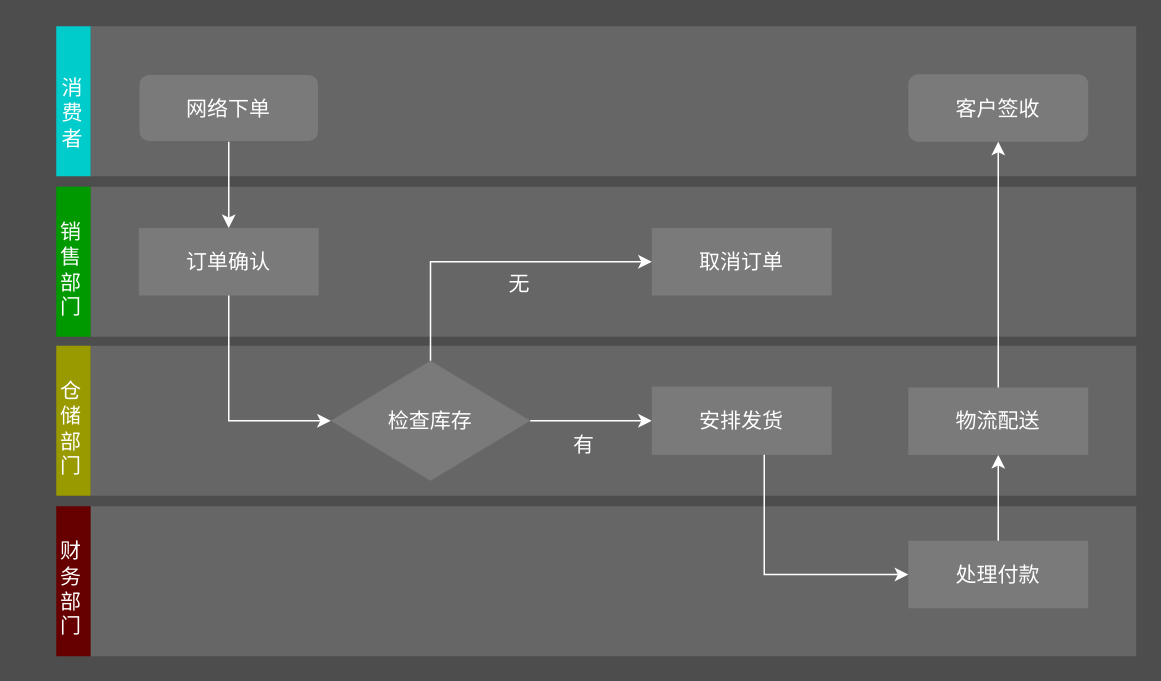
The draw.io diagram 购物泳道图.drawio in booldesign/draw, before the edit. Source tidied: cells renumbered, new cells numbered last; positions are measured from the earlier drawing's top-left corner, leaving out a move shared by most shapes. Both pictures are drawn from the tidied source at 150%, with x=0, y=0 at pixel (26, 26).
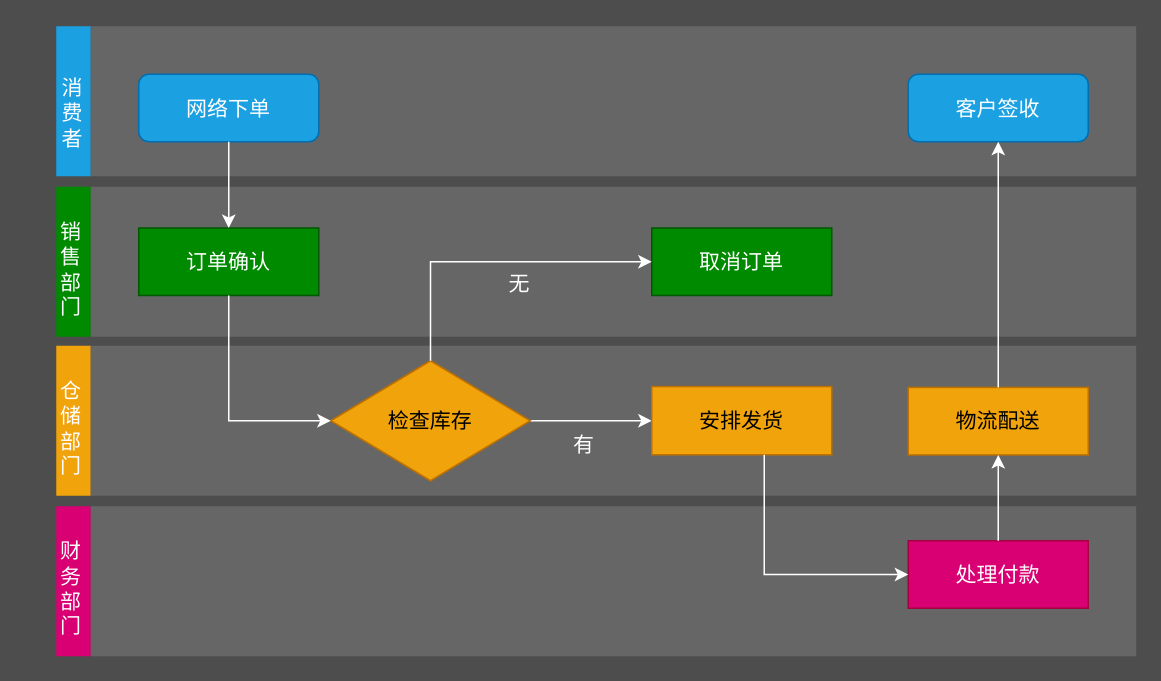
Above is the later version.

Commit message (it also covers changes not shown here):
更新购物泳道图.drawio

What changed in the source:
```diff
@@
-    <mxCell id="2" style="swimlane;horizontal=0;fillColor=#999900;swimlaneFillColor=#666666;shadow=0;gradientColor=none;strokeColor=none;" parent="1" vertex="1">
+    <mxCell id="2" style="swimlane;horizontal=0;fillColor=#f0a30a;swimlaneFillColor=#666666;shadow=0;strokeColor=none;fontColor=#000000;" parent="1" vertex="1">
       <mxGeometry x="20" y="213" width="720" height="100" as="geometry" />
     </mxCell>
@@
-    <mxCell id="5" value="检查库存" style="rhombus;whiteSpace=wrap;html=1;fontSize=14;fillColor=#7A7A7A;strokeColor=none;fontColor=#FFFFFF;rounded=0;shadow=0;gradientColor=none;" parent="2" vertex="1">
+    <mxCell id="5" value="检查库存" style="rhombus;whiteSpace=wrap;html=1;fontSize=14;fillColor=#f0a30a;strokeColor=#BD7000;fontColor=#000000;rounded=0;shadow=0;" parent="2" vertex="1">
       <mxGeometry x="183" y="10" width="133" height="80" as="geometry" />
     </mxCell>
-    <mxCell id="6" value="安排发货" style="whiteSpace=wrap;html=1;fontSize=14;fillColor=#7A7A7A;strokeColor=none;fontColor=#FFFFFF;rounded=0;shadow=0;gradientColor=none;" parent="2" vertex="1">
+    <mxCell id="6" value="安排发货" style="whiteSpace=wrap;html=1;fontSize=14;fillColor=#f0a30a;strokeColor=#BD7000;fontColor=#000000;rounded=0;shadow=0;" parent="2" vertex="1">
       <mxGeometry x="397" y="27.2" width="120" height="45.5" as="geometry" />
     </mxCell>
@@
-    <mxCell id="8" value="物流配送" style="whiteSpace=wrap;html=1;fontSize=14;fillColor=#7A7A7A;strokeColor=none;fontColor=#FFFFFF;rounded=0;shadow=0;gradientColor=none;" parent="2" vertex="1">
+    <mxCell id="8" value="物流配送" style="whiteSpace=wrap;html=1;fontSize=14;fillColor=#f0a30a;strokeColor=#BD7000;fontColor=#000000;rounded=0;shadow=0;" parent="2" vertex="1">
       <mxGeometry x="568" y="27.8" width="120" height="45" as="geometry" />
     </mxCell>
-    <mxCell id="9" style="swimlane;horizontal=0;fillColor=#00CCCC;swimlaneFillColor=#666666;shadow=0;gradientColor=none;strokeColor=none;" parent="1" vertex="1">
+    <mxCell id="9" style="swimlane;horizontal=0;fillColor=#1ba1e2;swimlaneFillColor=#666666;shadow=0;strokeColor=none;fontColor=#ffffff;" parent="1" vertex="1">
       <mxGeometry x="20" width="720" height="100" as="geometry" />
     </mxCell>
@@
-    <mxCell id="11" value="&lt;font color=&quot;#ffffff&quot;&gt;网络下单&lt;/font&gt;" style="rounded=1;whiteSpace=wrap;html=1;shadow=0;fontSize=14;fontColor=#333333;strokeColor=#666666;fillColor=#7A7A7A;" parent="9" vertex="1">
+    <mxCell id="11" value="&lt;font color=&quot;#ffffff&quot;&gt;网络下单&lt;/font&gt;" style="rounded=1;whiteSpace=wrap;html=1;shadow=0;fontSize=14;strokeColor=#006EAF;fillColor=#1ba1e2;fontColor=#ffffff;" parent="9" vertex="1">
       <mxGeometry x="55" y="32" width="120" height="45" as="geometry" />
     </mxCell>
-    <mxCell id="12" value="客户签收" style="rounded=1;whiteSpace=wrap;html=1;shadow=0;fontFamily=Helvetica;fontSize=14;fontColor=#FFFFFF;align=center;strokeColor=none;fillColor=#7A7A7A;gradientColor=none;" parent="9" vertex="1">
+    <mxCell id="12" value="客户签收" style="rounded=1;whiteSpace=wrap;html=1;shadow=0;fontFamily=Helvetica;fontSize=14;align=center;strokeColor=#006EAF;fillColor=#1ba1e2;fontColor=#ffffff;" parent="9" vertex="1">
       <mxGeometry x="568" y="32" width="120" height="45" as="geometry" />
     </mxCell>
-    <mxCell id="13" style="swimlane;horizontal=0;fillColor=#009900;swimlaneFillColor=#666666;shadow=0;gradientColor=none;strokeColor=none;" parent="1" vertex="1">
+    <mxCell id="13" style="swimlane;horizontal=0;fillColor=#008a00;swimlaneFillColor=#666666;shadow=0;strokeColor=none;fontColor=#ffffff;" parent="1" vertex="1">
       <mxGeometry x="20" y="107" width="720" height="100" as="geometry" />
     </mxCell>
@@
-    <mxCell id="15" value="订单确认" style="rounded=0;whiteSpace=wrap;html=1;shadow=0;fontSize=14;fontColor=#FFFFFF;strokeColor=none;fillColor=#7A7A7A;gradientColor=none;" parent="13" vertex="1">
+    <mxCell id="15" value="订单确认" style="rounded=0;whiteSpace=wrap;html=1;shadow=0;fontSize=14;fontColor=#ffffff;strokeColor=#005700;fillColor=#008a00;" parent="13" vertex="1">
       <mxGeometry x="55" y="27.5" width="120" height="45" as="geometry" />
     </mxCell>
-    <mxCell id="16" value="取消订单" style="rounded=0;whiteSpace=wrap;html=1;shadow=0;fontSize=14;fontColor=#FFFFFF;strokeColor=none;fillColor=#7A7A7A;gradientColor=none;" parent="13" vertex="1">
+    <mxCell id="16" value="取消订单" style="rounded=0;whiteSpace=wrap;html=1;shadow=0;fontSize=14;fontColor=#ffffff;strokeColor=#005700;fillColor=#008a00;" parent="13" vertex="1">
       <mxGeometry x="397" y="27.5" width="120" height="45" as="geometry" />
     </mxCell>
@@
-    <mxCell id="18" style="swimlane;horizontal=0;fillColor=#660000;swimlaneFillColor=#666666;shadow=0;gradientColor=none;strokeColor=none;" parent="1" vertex="1">
+    <mxCell id="18" style="swimlane;horizontal=0;fillColor=#d80073;swimlaneFillColor=#666666;shadow=0;strokeColor=none;fontColor=#ffffff;" parent="1" vertex="1">
       <mxGeometry x="20" y="320" width="720" height="100" as="geometry" />
     </mxCell>
@@
-    <mxCell id="20" value="处理付款" style="whiteSpace=wrap;html=1;fontSize=14;fillColor=#7A7A7A;strokeColor=none;fontColor=#FFFFFF;rounded=0;shadow=0;gradientColor=none;" parent="18" vertex="1">
+    <mxCell id="20" value="处理付款" style="whiteSpace=wrap;html=1;fontSize=14;fillColor=#d80073;strokeColor=#A50040;rounded=0;shadow=0;fontColor=#ffffff;" parent="18" vertex="1">
       <mxGeometry x="568" y="23" width="120" height="45" as="geometry" />
     </mxCell>
```
